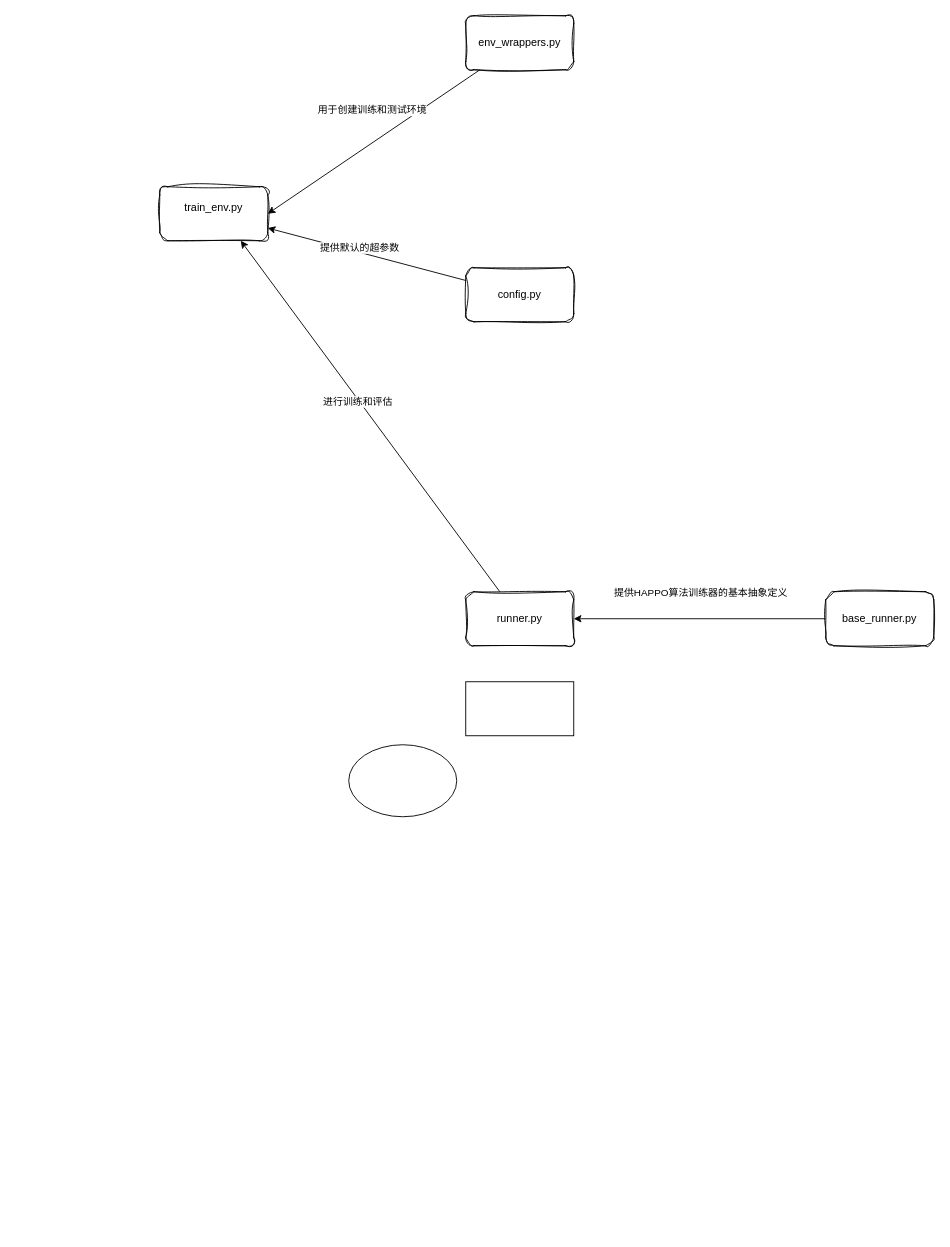
Before: happo_proj.drawio in 177-Liukuan/algorithm, a draw.io diagram. Source tidied: cells renumbered, new cells numbered last; positions are measured from the earlier drawing's top-left corner, leaving out a move shared by most shapes. Both pictures are drawn from the tidied source at 90%, with x=0, y=0 at pixel (159, 15).
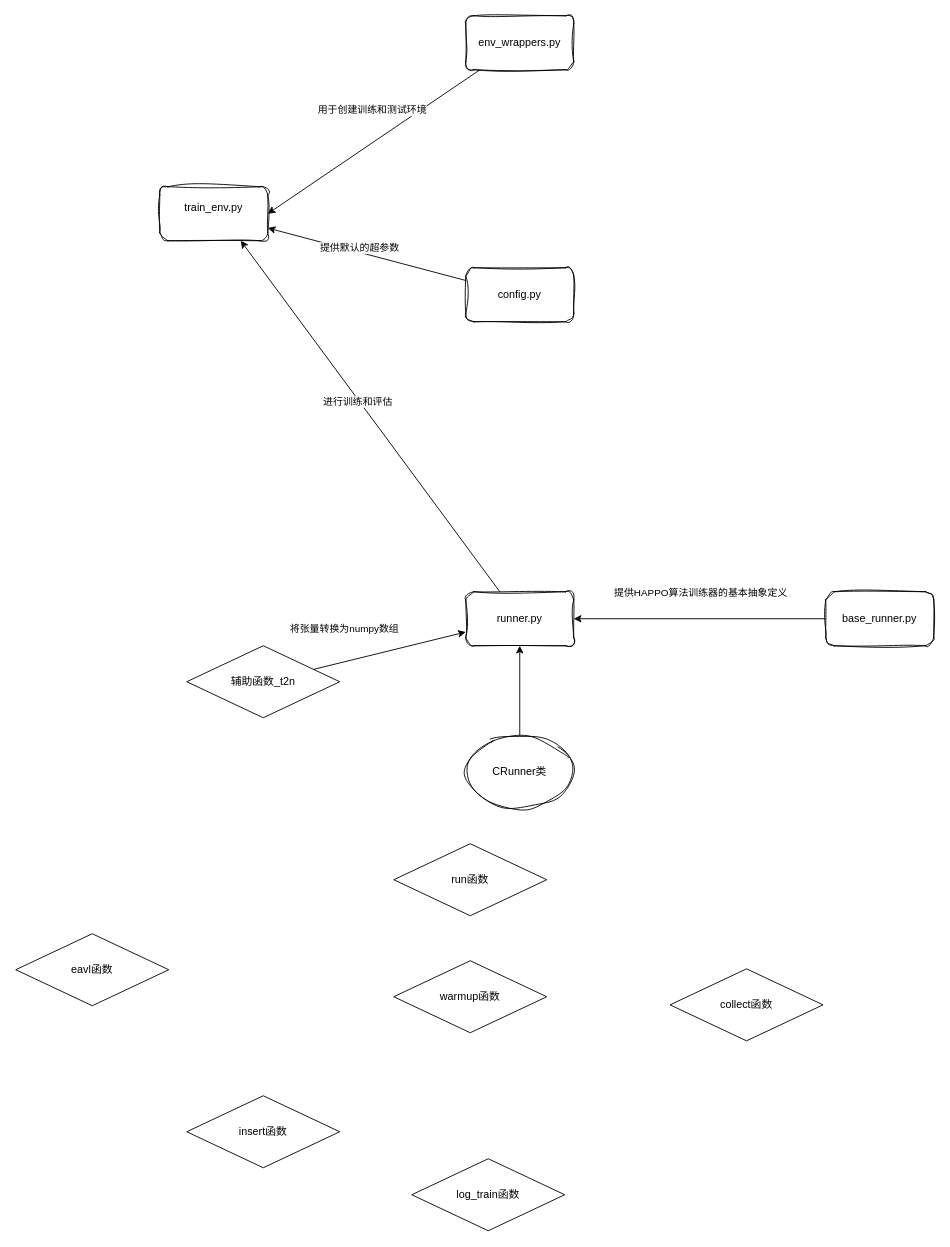
Above is the later version.

Unchanged cells that the change refers to:
```xml
<mxCell id="11" value="&lt;div&gt;&lt;div&gt;runner.py&lt;/div&gt;&lt;/div&gt;" style="rounded=1;whiteSpace=wrap;html=1;sketch=1;curveFitting=1;jiggle=2;" parent="1" vertex="1">
  <mxGeometry x="340" y="640" width="120" height="60" as="geometry" />
</mxCell>
```

What changed in the source:
```diff
@@
+    <mxCell id="17" style="rounded=0;jettySize=auto;html=1;" parent="1" edge="1" source="15" target="11">
+      <mxGeometry relative="1" as="geometry" />
+    </mxCell>
-    <mxCell id="15" style="ellipse;whiteSpace=wrap;html=1;" parent="1" vertex="1">
-      <mxGeometry x="210" y="810" width="120" height="80" as="geometry" />
+    <mxCell id="15" value="CRunner类" style="ellipse;whiteSpace=wrap;html=1;sketch=1;curveFitting=1;jiggle=2;" parent="1" vertex="1">
+      <mxGeometry x="340" y="800" width="120" height="80" as="geometry" />
     </mxCell>
-    <mxCell id="16" style="rounded=0;whiteSpace=wrap;html=1;" parent="1" vertex="1">
-      <mxGeometry x="340" y="740" width="120" height="60" as="geometry" />
-    </mxCell>
+    <mxCell id="18" style="rounded=0;jettySize=auto;html=1;" parent="1" edge="1" source="20" target="11">
+      <mxGeometry relative="1" as="geometry" />
+    </mxCell>
+    <mxCell id="19" value="将张量转换为numpy数组" style="edgeLabel;html=1;align=center;verticalAlign=middle;" parent="18" vertex="1">
+      <mxGeometry x="0.03" y="-4" relative="1" as="geometry">
+        <mxPoint x="-55" y="-28" as="offset" />
+      </mxGeometry>
+    </mxCell>
+    <mxCell id="20" value="辅助函数_t2n" style="rhombus;whiteSpace=wrap;html=1;" parent="1" vertex="1">
+      <mxGeometry x="30" y="700" width="170" height="80" as="geometry" />
+    </mxCell>
+    <mxCell id="21" value="run函数" style="rhombus;whiteSpace=wrap;html=1;" parent="1" vertex="1">
+      <mxGeometry x="260" y="920" width="170" height="80" as="geometry" />
+    </mxCell>
+    <mxCell id="22" value="warmup函数" style="rhombus;whiteSpace=wrap;html=1;" parent="1" vertex="1">
+      <mxGeometry x="260" y="1050" width="170" height="80" as="geometry" />
+    </mxCell>
+    <mxCell id="23" value="collect函数" style="rhombus;whiteSpace=wrap;html=1;" parent="1" vertex="1">
+      <mxGeometry x="567" y="1059" width="170" height="80" as="geometry" />
+    </mxCell>
+    <mxCell id="24" value="insert函数" style="rhombus;whiteSpace=wrap;html=1;" parent="1" vertex="1">
+      <mxGeometry x="30" y="1200" width="170" height="80" as="geometry" />
+    </mxCell>
+    <mxCell id="25" value="eavl函数" style="rhombus;whiteSpace=wrap;html=1;" parent="1" vertex="1">
+      <mxGeometry x="-160" y="1020" width="170" height="80" as="geometry" />
+    </mxCell>
+    <mxCell id="26" value="log_train函数" style="rhombus;whiteSpace=wrap;html=1;" parent="1" vertex="1">
+      <mxGeometry x="280" y="1270" width="170" height="80" as="geometry" />
+    </mxCell>
```
